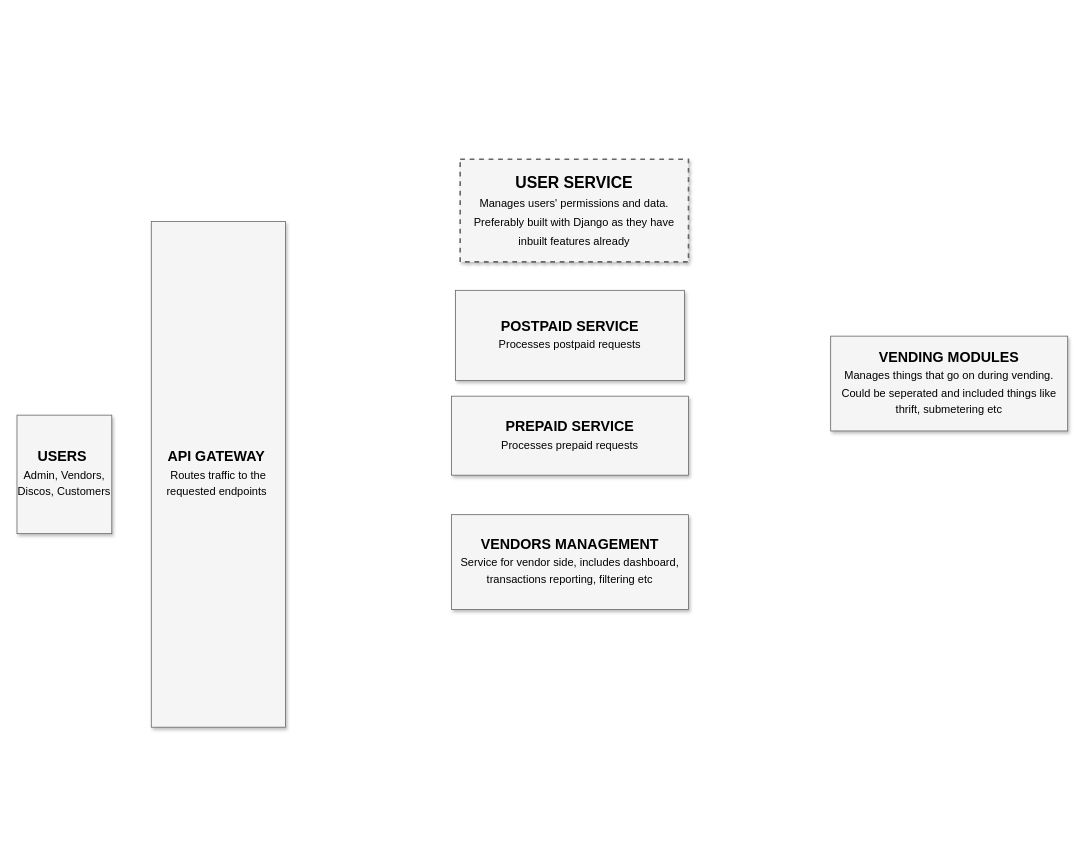
This is page "Page-1" (1 of 2) of Untitled Diagram.drawio from atehe/Automate-the-boring-stuff, a draw.io file, before an edit. Source tidied: cells renumbered, new cells numbered last; positions are measured from the earlier drawing's top-left corner, leaving out a move shared by most shapes. Both pictures are drawn from the tidied source at 79%, with x=0, y=0 at pixel (17, 159).
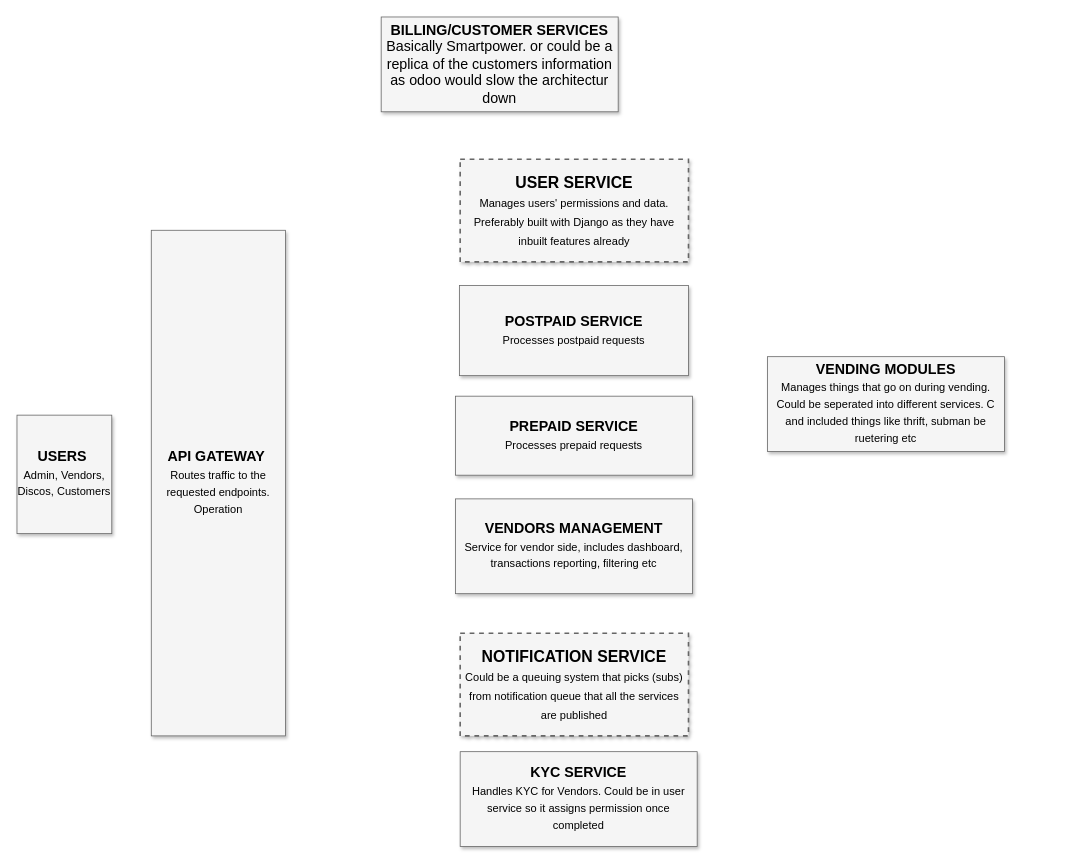
The same diagram, later.

The edit, as a diff of the source:
```diff
@@
 <mxGraphModel>
   <root>
     <mxCell id="0" />
     <mxCell id="1" parent="0" />
     <mxCell id="2" value="&lt;b&gt;USER SERVICE&lt;/b&gt;&lt;br&gt;&lt;span style=&quot;font-size: 14px;&quot;&gt;Manages users' permissions and data. Preferably built with Django as they have inbuilt features already&lt;/span&gt;" style="whiteSpace=wrap;html=1;shadow=1;fontSize=20;fillColor=#f5f5f5;strokeColor=#666666;strokeWidth=2;dashed=1;" parent="1" vertex="1">
       <mxGeometry x="561" width="289" height="130" as="geometry" />
     </mxCell>
-    <mxCell id="3" value="&lt;b&gt;API GATEWAY&lt;/b&gt;&amp;nbsp;&lt;br&gt;&lt;font style=&quot;font-size: 14px;&quot;&gt;Routes traffic to the requested endpoints&amp;nbsp;&lt;/font&gt;" style="whiteSpace=wrap;html=1;shadow=1;fontSize=18;fillColor=#f5f5f5;strokeColor=#666666;" parent="1" vertex="1">
-      <mxGeometry x="170" y="79" width="170" height="640" as="geometry" />
+    <mxCell id="3" value="&lt;b&gt;API GATEWAY&lt;/b&gt;&amp;nbsp;&lt;br&gt;&lt;font style=&quot;font-size: 14px;&quot;&gt;Routes traffic to the requested endpoints.&lt;br&gt;Operation&lt;br&gt;&lt;/font&gt;" style="whiteSpace=wrap;html=1;shadow=1;fontSize=18;fillColor=#f5f5f5;strokeColor=#666666;" parent="1" vertex="1">
+      <mxGeometry x="170" y="90" width="170" height="640" as="geometry" />
     </mxCell>
     <mxCell id="4" value="&lt;b&gt;PREPAID SERVICE&lt;/b&gt;&lt;br&gt;&lt;font style=&quot;font-size: 14px;&quot;&gt;Processes prepaid requests&lt;/font&gt;" style="whiteSpace=wrap;html=1;shadow=1;fontSize=18;fillColor=#f5f5f5;strokeColor=#666666;" parent="1" vertex="1">
-      <mxGeometry x="550" y="300" width="300" height="100" as="geometry" />
+      <mxGeometry x="555" y="300" width="300" height="100" as="geometry" />
     </mxCell>
     <mxCell id="5" value="&lt;b&gt;POSTPAID SERVICE&lt;/b&gt;&lt;br&gt;&lt;font style=&quot;font-size: 14px;&quot;&gt;Processes postpaid requests&lt;/font&gt;" style="whiteSpace=wrap;html=1;shadow=1;fontSize=18;fillColor=#f5f5f5;strokeColor=#666666;" parent="1" vertex="1">
-      <mxGeometry x="555" y="166" width="290" height="114" as="geometry" />
+      <mxGeometry x="560" y="160" width="290" height="114" as="geometry" />
     </mxCell>
-    <mxCell id="6" value="&lt;b&gt;VENDING MODULES&lt;/b&gt;&lt;br&gt;&lt;font style=&quot;font-size: 14px;&quot;&gt;Manages things that go on during vending. Could be seperated and included things like thrift, submetering etc&lt;/font&gt;" style="whiteSpace=wrap;html=1;shadow=1;fontSize=18;fillColor=#f5f5f5;strokeColor=#666666;" parent="1" vertex="1">
-      <mxGeometry x="1030" y="224" width="300" height="120" as="geometry" />
+    <mxCell id="6" value="&lt;b&gt;VENDING MODULES&lt;/b&gt;&lt;br&gt;&lt;font style=&quot;font-size: 14px;&quot;&gt;Manages things that go on during vending. Could be seperated into different services. C and included things like thrift, subman be ruetering etc&lt;/font&gt;" style="whiteSpace=wrap;html=1;shadow=1;fontSize=18;fillColor=#f5f5f5;strokeColor=#666666;" parent="1" vertex="1">
+      <mxGeometry x="950" y="250" width="300" height="120" as="geometry" />
     </mxCell>
     <mxCell id="7" value="&lt;b&gt;USERS&amp;nbsp;&lt;br&gt;&lt;/b&gt;&lt;font style=&quot;font-size: 14px;&quot;&gt;Admin, Vendors, Discos, Customers&lt;/font&gt;" style="whiteSpace=wrap;html=1;shadow=1;fontSize=18;fillColor=#f5f5f5;strokeColor=#666666;" parent="1" vertex="1">
       <mxGeometry y="324" width="120" height="150" as="geometry" />
     </mxCell>
     <mxCell id="8" value="&lt;b&gt;VENDORS MANAGEMENT&lt;br&gt;&lt;/b&gt;&lt;span style=&quot;font-size: 14px;&quot;&gt;Service for vendor side, includes dashboard, transactions reporting, filtering etc&lt;/span&gt;" style="whiteSpace=wrap;html=1;shadow=1;fontSize=18;fillColor=#f5f5f5;strokeColor=#666666;" parent="1" vertex="1">
-      <mxGeometry x="550" y="450" width="300" height="120" as="geometry" />
+      <mxGeometry x="555" y="430" width="300" height="120" as="geometry" />
     </mxCell>
+    <mxCell id="9" value="&lt;b&gt;NOTIFICATION SERVICE&lt;/b&gt;&lt;br&gt;&lt;span style=&quot;font-size: 14px;&quot;&gt;Could be a queuing system that picks (subs) from notification queue that all the services are published&lt;/span&gt;" style="whiteSpace=wrap;html=1;shadow=1;fontSize=20;fillColor=#f5f5f5;strokeColor=#666666;strokeWidth=2;dashed=1;" parent="1" vertex="1">
+      <mxGeometry x="561" y="600" width="289" height="130" as="geometry" />
+    </mxCell>
+    <mxCell id="10" value="&lt;font style=&quot;&quot;&gt;&lt;b&gt;KYC SERVICE&lt;br&gt;&lt;/b&gt;&lt;span style=&quot;font-size: 14px;&quot;&gt;Handles KYC for Vendors. Could be in user service so it assigns permission once completed&lt;/span&gt;&lt;/font&gt;" style="whiteSpace=wrap;html=1;shadow=1;fontSize=18;fillColor=#f5f5f5;strokeColor=#666666;" parent="1" vertex="1">
+      <mxGeometry x="561" y="750" width="300" height="120" as="geometry" />
+    </mxCell>
+    <mxCell id="11" value="&lt;b&gt;BILLING/CUSTOMER SERVICES&lt;/b&gt;&lt;br&gt;Basically Smartpower. or could be a replica of the customers information as odoo would slow the architectur down" style="whiteSpace=wrap;html=1;shadow=1;fontSize=18;fillColor=#f5f5f5;strokeColor=#666666;" parent="1" vertex="1">
+      <mxGeometry x="461" y="-180" width="300" height="120" as="geometry" />
+    </mxCell>
   </root>
 </mxGraphModel>
```
